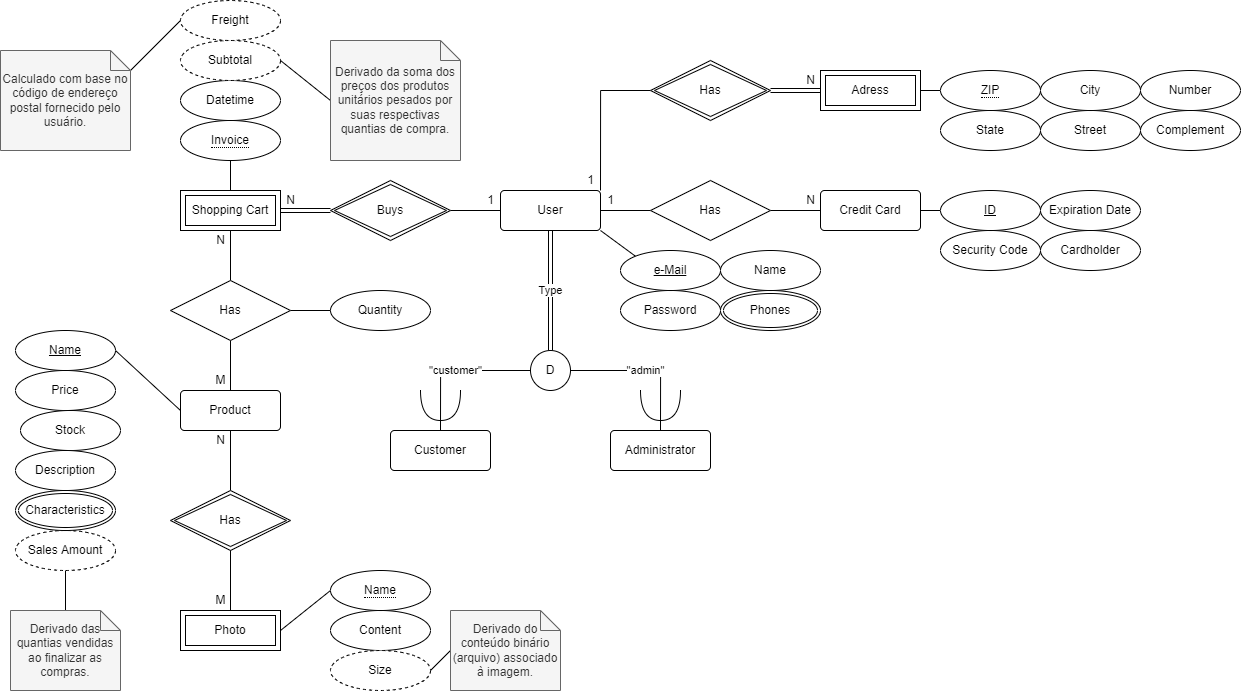
Earlier version of the draw.io export img/presentation/MER.png (jlrconstantino/bookstore-ecommerce). Source tidied: cells renumbered, new cells last; positions are measured from the earlier drawing's top-left corner, leaving out a move shared by most shapes.
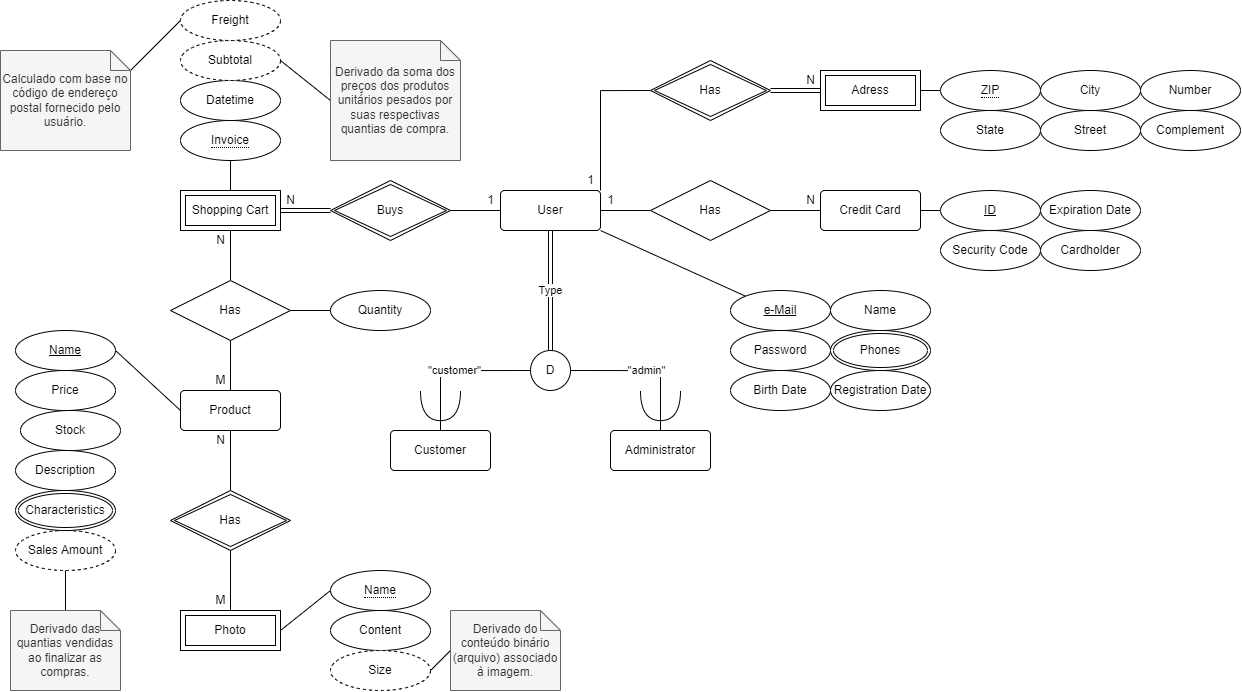
The same file after the commit.

Commit message:
updated MER diagram

Diff of the diagram source:
```diff
@@ -65,16 +65,16 @@
       <mxGeometry x="600" y="190" width="20" height="20" as="geometry" />
     </mxCell>
     <mxCell id="18" value="Password" style="ellipse;whiteSpace=wrap;html=1;align=center;" parent="1" vertex="1">
-      <mxGeometry x="620" y="290" width="100" height="40" as="geometry" />
+      <mxGeometry x="730" y="330" width="100" height="40" as="geometry" />
     </mxCell>
     <mxCell id="19" value="Phones" style="ellipse;shape=doubleEllipse;margin=3;whiteSpace=wrap;html=1;align=center;" parent="1" vertex="1">
-      <mxGeometry x="720" y="290" width="100" height="40" as="geometry" />
+      <mxGeometry x="830" y="330" width="100" height="40" as="geometry" />
     </mxCell>
     <mxCell id="20" value="e-Mail" style="ellipse;whiteSpace=wrap;html=1;align=center;fontStyle=4;" parent="1" vertex="1">
-      <mxGeometry x="620" y="250" width="100" height="40" as="geometry" />
+      <mxGeometry x="730" y="290" width="100" height="40" as="geometry" />
     </mxCell>
     <mxCell id="21" value="Name" style="ellipse;whiteSpace=wrap;html=1;align=center;" parent="1" vertex="1">
-      <mxGeometry x="720" y="250" width="100" height="40" as="geometry" />
+      <mxGeometry x="830" y="290" width="100" height="40" as="geometry" />
     </mxCell>
     <mxCell id="22" style="edgeStyle=orthogonalEdgeStyle;rounded=0;jettySize=auto;html=1;entryX=1;entryY=0;entryDx=0;entryDy=0;endArrow=none;endFill=0;elbow=vertical;exitX=0;exitY=0.5;exitDx=0;exitDy=0;" parent="1" edge="1" source="27" target="5">
       <mxGeometry relative="1" as="geometry" />
@@ -262,5 +262,11 @@
     <mxCell id="83" value="Derivado das quantias vendidas ao finalizar as compras." style="shape=note;size=20;whiteSpace=wrap;html=1;fillColor=#f5f5f5;fontColor=#333333;strokeColor=#666666;" parent="1" vertex="1">
       <mxGeometry x="10" y="610" width="110" height="80" as="geometry" />
     </mxCell>
+    <mxCell id="84" value="Birth Date" style="ellipse;whiteSpace=wrap;html=1;align=center;" parent="1" vertex="1">
+      <mxGeometry x="730" y="370" width="100" height="40" as="geometry" />
+    </mxCell>
+    <mxCell id="85" value="Registration Date" style="ellipse;whiteSpace=wrap;html=1;align=center;" parent="1" vertex="1">
+      <mxGeometry x="830" y="370" width="100" height="40" as="geometry" />
+    </mxCell>
   </root>
 </mxGraphModel>
```
